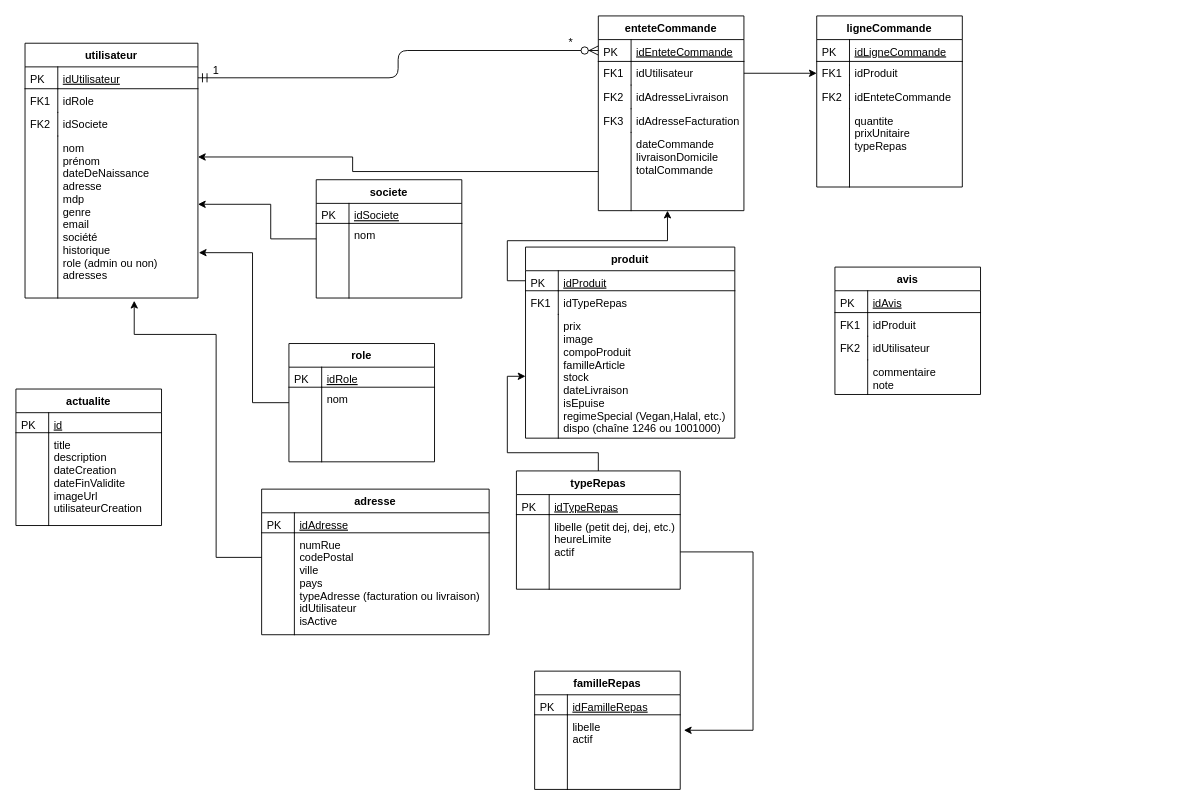
Above: ProjetSpringBoot.drawio in SteeveMRTL/AJC-ProjetFoodTruck (draw.io), before the change. Source tidied: cells renumbered, new cells numbered last; positions are measured from the earlier drawing's top-left corner, leaving out a move shared by most shapes. Both pictures are drawn from the tidied source at 91%, with x=0, y=0 at pixel (15, 15).
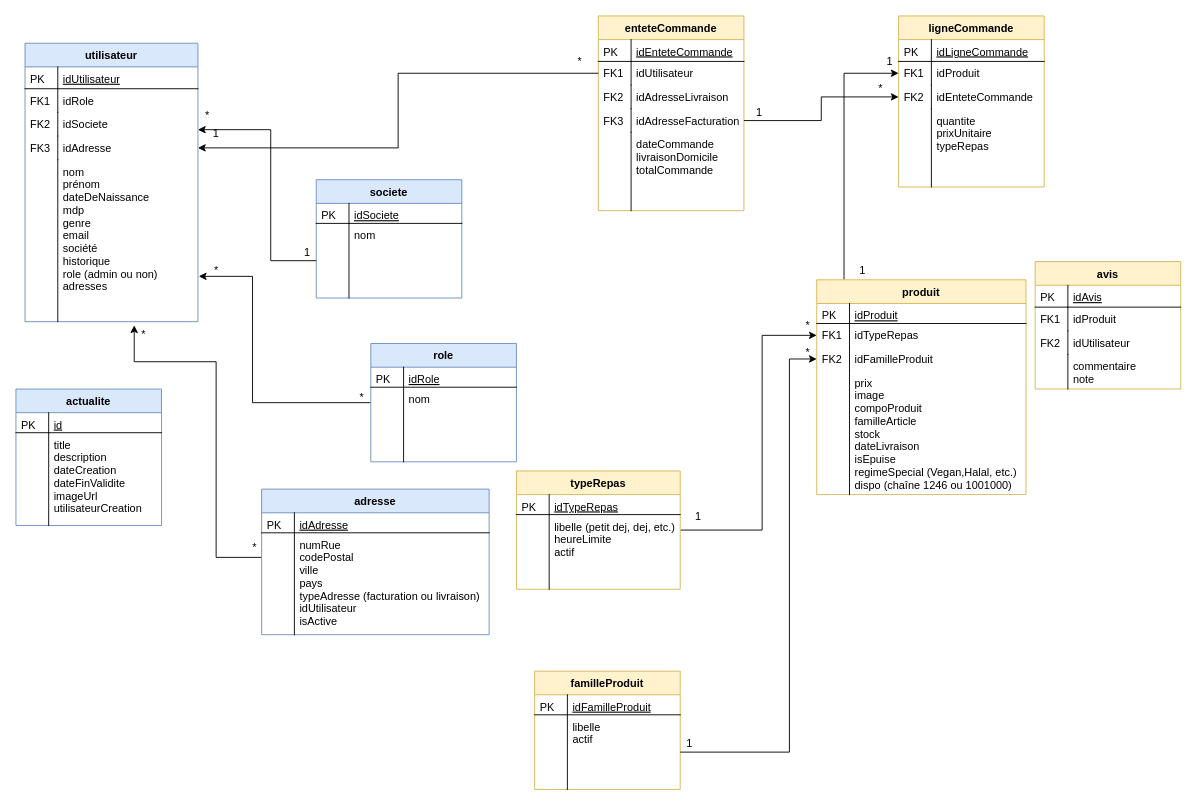
After the change.

The change refers to these unchanged cells:
```xml
<mxCell id="3" value="idUtilisateur" style="shape=partialRectangle;top=0;left=0;right=0;bottom=1;align=left;verticalAlign=top;fillColor=none;spacingLeft=40;spacingRight=4;overflow=hidden;points=[[0,0.5],[1,0.5]];portConstraint=eastwest;rounded=0;shadow=0;strokeWidth=1;fontStyle=4;" parent="2" vertex="1">
  <mxGeometry y="26" width="190" height="24" as="geometry" />
</mxCell>
<mxCell id="12" value="idEnteteCommande" style="shape=partialRectangle;top=0;left=0;right=0;bottom=1;align=left;verticalAlign=top;fillColor=none;spacingLeft=40;spacingRight=4;overflow=hidden;points=[[0,0.5],[1,0.5]];portConstraint=eastwest;rounded=0;shadow=0;strokeWidth=1;fontStyle=4;" parent="11" vertex="1">
  <mxGeometry y="26" width="160" height="24" as="geometry" />
</mxCell>
<mxCell id="14" value="idUtilisateur" style="shape=partialRectangle;top=0;left=0;right=0;bottom=0;align=left;verticalAlign=top;fillColor=none;spacingLeft=40;spacingRight=4;overflow=hidden;points=[[0,0.5],[1,0.5]];portConstraint=eastwest;rounded=0;shadow=0;strokeWidth=1;" parent="11" vertex="1">
  <mxGeometry y="50" width="160" height="26" as="geometry" />
</mxCell>
<mxCell id="18" value="idAdresseFacturation" style="shape=partialRectangle;top=0;left=0;right=0;bottom=0;align=left;verticalAlign=top;fillColor=none;spacingLeft=40;spacingRight=4;overflow=hidden;points=[[0,0.5],[1,0.5]];portConstraint=eastwest;rounded=0;shadow=0;strokeWidth=1;" parent="11" vertex="1">
  <mxGeometry y="102" width="160" height="26" as="geometry" />
</mxCell>
<mxCell id="20" value="dateCommande&#10;livraisonDomicile&#10;totalCommande" style="shape=partialRectangle;top=0;left=0;right=0;bottom=0;align=left;verticalAlign=top;fillColor=none;spacingLeft=40;spacingRight=4;overflow=hidden;points=[[0,0.5],[1,0.5]];portConstraint=eastwest;rounded=0;shadow=0;strokeWidth=1;" parent="11" vertex="1">
  <mxGeometry y="128" width="160" height="86" as="geometry" />
</mxCell>
<mxCell id="24" value="idProduit" style="shape=partialRectangle;top=0;left=0;right=0;bottom=1;align=left;verticalAlign=top;fillColor=none;spacingLeft=40;spacingRight=4;overflow=hidden;points=[[0,0.5],[1,0.5]];portConstraint=eastwest;rounded=0;shadow=0;strokeWidth=1;fontStyle=4;" parent="23" vertex="1">
  <mxGeometry y="26" width="230" height="22" as="geometry" />
</mxCell>
<mxCell id="26" value="idTypeRepas" style="shape=partialRectangle;top=0;left=0;right=0;bottom=0;align=left;verticalAlign=top;fillColor=none;spacingLeft=40;spacingRight=4;overflow=hidden;points=[[0,0.5],[1,0.5]];portConstraint=eastwest;rounded=0;shadow=0;strokeWidth=1;" parent="23" vertex="1">
  <mxGeometry y="48" width="230" height="26" as="geometry" />
</mxCell>
<mxCell id="36" value="libelle (petit dej, dej, etc.)&#10;heureLimite&#10;actif" style="shape=partialRectangle;top=0;left=0;right=0;bottom=0;align=left;verticalAlign=top;fillColor=none;spacingLeft=40;spacingRight=4;overflow=hidden;points=[[0,0.5],[1,0.5]];portConstraint=eastwest;rounded=0;shadow=0;strokeWidth=1;" parent="33" vertex="1">
  <mxGeometry y="48" width="180" height="82" as="geometry" />
</mxCell>
<mxCell id="55" value="nom" style="shape=partialRectangle;top=0;left=0;right=0;bottom=0;align=left;verticalAlign=top;fillColor=none;spacingLeft=40;spacingRight=4;overflow=hidden;points=[[0,0.5],[1,0.5]];portConstraint=eastwest;rounded=0;shadow=0;strokeWidth=1;" parent="52" vertex="1">
  <mxGeometry y="48" width="160" height="82" as="geometry" />
</mxCell>
<mxCell id="66" value="libelle&#10;actif" style="shape=partialRectangle;top=0;left=0;right=0;bottom=0;align=left;verticalAlign=top;fillColor=none;spacingLeft=40;spacingRight=4;overflow=hidden;points=[[0,0.5],[1,0.5]];portConstraint=eastwest;rounded=0;shadow=0;strokeWidth=1;" parent="63" vertex="1">
  <mxGeometry y="48" width="160" height="82" as="geometry" />
</mxCell>
<mxCell id="72" value="idProduit" style="shape=partialRectangle;top=0;left=0;right=0;bottom=0;align=left;verticalAlign=top;fillColor=none;spacingLeft=40;spacingRight=4;overflow=hidden;points=[[0,0.5],[1,0.5]];portConstraint=eastwest;rounded=0;shadow=0;strokeWidth=1;" parent="69" vertex="1">
  <mxGeometry y="50" width="160" height="26" as="geometry" />
</mxCell>
<mxCell id="74" value="idEnteteCommande" style="shape=partialRectangle;top=0;left=0;right=0;bottom=0;align=left;verticalAlign=top;fillColor=none;spacingLeft=40;spacingRight=4;overflow=hidden;points=[[0,0.5],[1,0.5]];portConstraint=eastwest;rounded=0;shadow=0;strokeWidth=1;" parent="69" vertex="1">
  <mxGeometry y="76" width="160" height="26" as="geometry" />
</mxCell>
```

Change to the diagram source:
```diff
@@
-    <mxCell id="2" value="utilisateur" style="swimlane;fontStyle=1;horizontal=1;startSize=26;rounded=0;shadow=0;strokeWidth=1;" parent="1" vertex="1">
-      <mxGeometry x="10" y="30" width="190" height="280" as="geometry" />
+    <mxCell id="2" value="utilisateur" style="swimlane;fontStyle=1;horizontal=1;startSize=26;rounded=0;shadow=0;strokeWidth=1;fillColor=#dae8fc;strokeColor=#6c8ebf;" parent="1" vertex="1">
+      <mxGeometry x="10" y="30" width="190" height="306" as="geometry" />
     </mxCell>
@@
+    <mxCell id="88" value="idAdresse" style="shape=partialRectangle;top=0;left=0;right=0;bottom=0;align=left;verticalAlign=top;fillColor=none;spacingLeft=40;spacingRight=4;overflow=hidden;points=[[0,0.5],[1,0.5]];portConstraint=eastwest;rounded=0;shadow=0;strokeWidth=1;" parent="2" vertex="1">
+      <mxGeometry y="102" width="190" height="26" as="geometry" />
+    </mxCell>
+    <mxCell id="89" value="FK3" style="shape=partialRectangle;top=0;left=0;bottom=0;fillColor=none;align=left;verticalAlign=top;spacingLeft=4;spacingRight=4;overflow=hidden;" parent="88" vertex="1">
+      <mxGeometry width="36" height="26" as="geometry" />
+    </mxCell>
-    <mxCell id="9" value="nom&#10;prénom&#10;dateDeNaissance&#10;adresse&#10;mdp&#10;genre&#10;email&#10;société&#10;historique&#10;role (admin ou non)&#10;adresses" style="shape=partialRectangle;top=0;left=0;right=0;bottom=0;align=left;verticalAlign=top;fillColor=none;spacingLeft=40;spacingRight=4;overflow=hidden;points=[[0,0.5],[1,0.5]];portConstraint=eastwest;rounded=0;shadow=0;strokeWidth=1;" parent="2" vertex="1">
-      <mxGeometry y="102" width="190" height="178" as="geometry" />
+    <mxCell id="9" value="nom&#10;prénom&#10;dateDeNaissance&#10;mdp&#10;genre&#10;email&#10;société&#10;historique&#10;role (admin ou non)&#10;adresses" style="shape=partialRectangle;top=0;left=0;right=0;bottom=0;align=left;verticalAlign=top;fillColor=none;spacingLeft=40;spacingRight=4;overflow=hidden;points=[[0,0.5],[1,0.5]];portConstraint=eastwest;rounded=0;shadow=0;strokeWidth=1;" parent="2" vertex="1">
+      <mxGeometry y="128" width="190" height="178" as="geometry" />
     </mxCell>
@@
-    <mxCell id="11" value="enteteCommande" style="swimlane;fontStyle=1;horizontal=1;startSize=26;rounded=0;shadow=0;strokeWidth=1;" parent="1" vertex="1">
+    <mxCell id="11" value="enteteCommande" style="swimlane;fontStyle=1;horizontal=1;startSize=26;rounded=0;shadow=0;strokeWidth=1;fillColor=#fff2cc;strokeColor=#d6b656;" parent="1" vertex="1">
       <mxGeometry x="640" width="160" height="214" as="geometry" />
     </mxCell>
@@
-    <mxCell id="22" style="edgeStyle=orthogonalEdgeStyle;endArrow=ERzeroToMany;startArrow=ERmandOne;shadow=0;strokeWidth=1;endSize=8;startSize=8;" parent="1" edge="1" source="3" target="12">
-      <mxGeometry relative="1" as="geometry" />
-    </mxCell>
+    <mxCell id="90" style="edgeStyle=orthogonalEdgeStyle;rounded=0;jettySize=auto;html=1;entryX=0;entryY=0.5;entryDx=0;entryDy=0;" parent="1" edge="1" source="23" target="72">
+      <mxGeometry relative="1" as="geometry">
+        <Array as="points">
+          <mxPoint x="910" y="63" />
+        </Array>
+      </mxGeometry>
+    </mxCell>
-    <mxCell id="23" value="produit" style="swimlane;fontStyle=1;horizontal=1;startSize=26;rounded=0;shadow=0;strokeWidth=1;" parent="1" vertex="1">
-      <mxGeometry x="560" y="254" width="230" height="210" as="geometry" />
+    <mxCell id="23" value="produit" style="swimlane;fontStyle=1;horizontal=1;startSize=26;rounded=0;shadow=0;strokeWidth=1;fillColor=#fff2cc;strokeColor=#d6b656;" parent="1" vertex="1">
+      <mxGeometry x="880" y="290" width="230" height="236" as="geometry" />
     </mxCell>
@@
+    <mxCell id="91" value="idFamilleProduit" style="shape=partialRectangle;top=0;left=0;right=0;bottom=0;align=left;verticalAlign=top;fillColor=none;spacingLeft=40;spacingRight=4;overflow=hidden;points=[[0,0.5],[1,0.5]];portConstraint=eastwest;rounded=0;shadow=0;strokeWidth=1;" parent="23" vertex="1">
+      <mxGeometry y="74" width="230" height="26" as="geometry" />
+    </mxCell>
+    <mxCell id="92" value="FK2" style="shape=partialRectangle;top=0;left=0;bottom=0;fillColor=none;align=left;verticalAlign=top;spacingLeft=4;spacingRight=4;overflow=hidden;" parent="91" vertex="1">
+      <mxGeometry width="36" height="26" as="geometry" />
+    </mxCell>
     <mxCell id="28" value="prix&#10;image&#10;compoProduit&#10;familleArticle&#10;stock&#10;dateLivraison&#10;isEpuise&#10;regimeSpecial (Vegan,Halal, etc.)&#10;dispo (chaîne 1246 ou 1001000)&#10;" style="shape=partialRectangle;top=0;left=0;right=0;bottom=0;align=left;verticalAlign=top;fillColor=none;spacingLeft=40;spacingRight=4;overflow=hidden;points=[[0,0.5],[1,0.5]];portConstraint=eastwest;rounded=0;shadow=0;strokeWidth=1;" parent="23" vertex="1">
-      <mxGeometry y="74" width="230" height="136" as="geometry" />
+      <mxGeometry y="100" width="230" height="136" as="geometry" />
     </mxCell>
@@
-    <mxCell id="30" style="edgeStyle=orthogonalEdgeStyle;rounded=0;jettySize=auto;html=1;exitX=0;exitY=0.5;exitDx=0;exitDy=0;entryX=0.475;entryY=1;entryDx=0;entryDy=0;entryPerimeter=0;" parent="1" edge="1" source="24" target="20">
-      <mxGeometry relative="1" as="geometry" />
-    </mxCell>
-    <mxCell id="31" style="edgeStyle=orthogonalEdgeStyle;rounded=0;jettySize=auto;html=1;exitX=0;exitY=0.5;exitDx=0;exitDy=0;" parent="1" edge="1" source="20" target="9">
-      <mxGeometry relative="1" as="geometry">
-        <Array as="points">
-          <mxPoint x="370" y="155" />
-        </Array>
-      </mxGeometry>
-    </mxCell>
-    <mxCell id="32" style="edgeStyle=orthogonalEdgeStyle;rounded=0;jettySize=auto;html=1;" parent="1" edge="1" source="33" target="28">
-      <mxGeometry relative="1" as="geometry" />
+    <mxCell id="32" style="edgeStyle=orthogonalEdgeStyle;rounded=0;jettySize=auto;html=1;entryX=0;entryY=0.5;entryDx=0;entryDy=0;" parent="1" edge="1" source="33" target="26">
+      <mxGeometry relative="1" as="geometry">
+        <Array as="points">
+          <mxPoint x="820" y="565" />
+          <mxPoint x="820" y="351" />
+        </Array>
+      </mxGeometry>
     </mxCell>
-    <mxCell id="33" value="typeRepas" style="swimlane;fontStyle=1;horizontal=1;startSize=26;rounded=0;shadow=0;strokeWidth=1;" parent="1" vertex="1">
+    <mxCell id="33" value="typeRepas" style="swimlane;fontStyle=1;horizontal=1;startSize=26;rounded=0;shadow=0;strokeWidth=1;fillColor=#fff2cc;strokeColor=#d6b656;" parent="1" vertex="1">
       <mxGeometry x="550" y="500" width="180" height="130" as="geometry" />
     </mxCell>
@@
     <mxCell id="38" value="1" style="text;html=1;strokeColor=none;fillColor=none;align=center;verticalAlign=middle;whiteSpace=wrap;rounded=0;" parent="1" vertex="1">
-      <mxGeometry x="200" y="50" width="40" height="20" as="geometry" />
+      <mxGeometry x="200" y="120" width="40" height="20" as="geometry" />
     </mxCell>
     <mxCell id="39" value="*" style="text;html=1;strokeColor=none;fillColor=none;align=center;verticalAlign=middle;whiteSpace=wrap;rounded=0;" parent="1" vertex="1">
-      <mxGeometry x="590" y="20" width="40" height="20" as="geometry" />
+      <mxGeometry x="600" y="40" width="40" height="20" as="geometry" />
     </mxCell>
-    <mxCell id="40" value="actualite" style="swimlane;fontStyle=1;horizontal=1;startSize=26;rounded=0;shadow=0;strokeWidth=1;" parent="1" vertex="1">
+    <mxCell id="40" value="actualite" style="swimlane;fontStyle=1;horizontal=1;startSize=26;rounded=0;shadow=0;strokeWidth=1;fillColor=#dae8fc;strokeColor=#6c8ebf;" parent="1" vertex="1">
       <mxGeometry y="410" width="160" height="150" as="geometry" />
     </mxCell>
@@
     <mxCell id="45" style="edgeStyle=orthogonalEdgeStyle;rounded=0;jettySize=auto;html=1;entryX=1.005;entryY=0.72;entryDx=0;entryDy=0;entryPerimeter=0;" parent="1" edge="1" source="46" target="9">
       <mxGeometry relative="1" as="geometry">
         <Array as="points">
           <mxPoint x="260" y="425" />
-          <mxPoint x="260" y="260" />
+          <mxPoint x="260" y="286" />
         </Array>
       </mxGeometry>
     </mxCell>
-    <mxCell id="46" value="role" style="swimlane;fontStyle=1;horizontal=1;startSize=26;rounded=0;shadow=0;strokeWidth=1;" parent="1" vertex="1">
-      <mxGeometry x="300" y="360" width="160" height="130" as="geometry" />
+    <mxCell id="46" value="role" style="swimlane;fontStyle=1;horizontal=1;startSize=26;rounded=0;shadow=0;strokeWidth=1;fillColor=#dae8fc;strokeColor=#6c8ebf;" parent="1" vertex="1">
+      <mxGeometry x="390" y="360" width="160" height="130" as="geometry" />
     </mxCell>
@@
-    <mxCell id="51" style="edgeStyle=orthogonalEdgeStyle;rounded=0;jettySize=auto;html=1;" parent="1" edge="1" source="52" target="9">
-      <mxGeometry relative="1" as="geometry">
-        <Array as="points">
-          <mxPoint x="280" y="245" />
-          <mxPoint x="280" y="207" />
-        </Array>
-      </mxGeometry>
-    </mxCell>
-    <mxCell id="52" value="societe" style="swimlane;fontStyle=1;horizontal=1;startSize=26;rounded=0;shadow=0;strokeWidth=1;" parent="1" vertex="1">
+    <mxCell id="52" value="societe" style="swimlane;fontStyle=1;horizontal=1;startSize=26;rounded=0;shadow=0;strokeWidth=1;fillColor=#dae8fc;strokeColor=#6c8ebf;" parent="1" vertex="1">
       <mxGeometry x="330" y="180" width="160" height="130" as="geometry" />
     </mxCell>
@@
     <mxCell id="57" style="edgeStyle=orthogonalEdgeStyle;rounded=0;jettySize=auto;html=1;" parent="1" edge="1" source="58">
       <mxGeometry relative="1" as="geometry">
-        <mxPoint x="130" y="313" as="targetPoint" />
+        <mxPoint x="130" y="340" as="targetPoint" />
         <Array as="points">
           <mxPoint x="220" y="595" />
-          <mxPoint x="220" y="350" />
-          <mxPoint x="130" y="350" />
+          <mxPoint x="220" y="380" />
+          <mxPoint x="130" y="380" />
         </Array>
       </mxGeometry>
     </mxCell>
-    <mxCell id="58" value="adresse" style="swimlane;fontStyle=1;horizontal=1;startSize=26;rounded=0;shadow=0;strokeWidth=1;" parent="1" vertex="1">
+    <mxCell id="58" value="adresse" style="swimlane;fontStyle=1;horizontal=1;startSize=26;rounded=0;shadow=0;strokeWidth=1;fillColor=#dae8fc;strokeColor=#6c8ebf;" parent="1" vertex="1">
       <mxGeometry x="270" y="520" width="250" height="160" as="geometry" />
     </mxCell>
@@
-    <mxCell id="63" value="familleRepas" style="swimlane;fontStyle=1;horizontal=1;startSize=26;rounded=0;shadow=0;strokeWidth=1;" parent="1" vertex="1">
+    <mxCell id="63" value="familleProduit" style="swimlane;fontStyle=1;horizontal=1;startSize=26;rounded=0;shadow=0;strokeWidth=1;fillColor=#fff2cc;strokeColor=#d6b656;" parent="1" vertex="1">
       <mxGeometry x="570" y="720" width="160" height="130" as="geometry" />
     </mxCell>
-    <mxCell id="64" value="idFamilleRepas" style="shape=partialRectangle;top=0;left=0;right=0;bottom=1;align=left;verticalAlign=top;fillColor=none;spacingLeft=40;spacingRight=4;overflow=hidden;rounded=0;shadow=0;strokeWidth=1;fontStyle=4;" parent="63" vertex="1">
+    <mxCell id="64" value="idFamilleProduit" style="shape=partialRectangle;top=0;left=0;right=0;bottom=1;align=left;verticalAlign=top;fillColor=none;spacingLeft=40;spacingRight=4;overflow=hidden;rounded=0;shadow=0;strokeWidth=1;fontStyle=4;" parent="63" vertex="1">
       <mxGeometry y="26" width="160" height="22" as="geometry" />
     </mxCell>
@@
-    <mxCell id="68" style="edgeStyle=orthogonalEdgeStyle;rounded=0;jettySize=auto;html=1;entryX=1.025;entryY=0.207;entryDx=0;entryDy=0;entryPerimeter=0;" parent="1" edge="1" source="36" target="66">
-      <mxGeometry relative="1" as="geometry">
-        <Array as="points">
-          <mxPoint x="810" y="589" />
-          <mxPoint x="810" y="785" />
-        </Array>
-      </mxGeometry>
-    </mxCell>
-    <mxCell id="69" value="ligneCommande" style="swimlane;fontStyle=1;horizontal=1;startSize=26;rounded=0;shadow=0;strokeWidth=1;" parent="1" vertex="1">
-      <mxGeometry x="880" width="160" height="188" as="geometry" />
+    <mxCell id="69" value="ligneCommande" style="swimlane;fontStyle=1;horizontal=1;startSize=26;rounded=0;shadow=0;strokeWidth=1;fillColor=#fff2cc;strokeColor=#d6b656;" parent="1" vertex="1">
+      <mxGeometry x="970" width="160" height="188" as="geometry" />
     </mxCell>
@@
-    <mxCell id="78" style="edgeStyle=orthogonalEdgeStyle;rounded=0;jettySize=auto;html=1;entryX=0;entryY=0.5;entryDx=0;entryDy=0;" parent="1" edge="1" source="14" target="72">
-      <mxGeometry relative="1" as="geometry" />
-    </mxCell>
-    <mxCell id="79" value="avis" style="swimlane;fontStyle=1;horizontal=1;startSize=26;rounded=0;shadow=0;strokeWidth=1;" parent="1" vertex="1">
-      <mxGeometry x="900" y="276" width="160" height="140" as="geometry" />
+    <mxCell id="79" value="avis" style="swimlane;fontStyle=1;horizontal=1;startSize=26;rounded=0;shadow=0;strokeWidth=1;fillColor=#fff2cc;strokeColor=#d6b656;" parent="1" vertex="1">
+      <mxGeometry x="1120" y="270" width="160" height="140" as="geometry" />
     </mxCell>
@@
+    <mxCell id="93" value="1" style="text;html=1;strokeColor=none;fillColor=none;align=center;verticalAlign=middle;whiteSpace=wrap;rounded=0;" parent="1" vertex="1">
+      <mxGeometry x="797" y="97" width="40" height="20" as="geometry" />
+    </mxCell>
+    <mxCell id="94" value="*" style="text;html=1;align=center;verticalAlign=middle;" parent="1" vertex="1">
+      <mxGeometry x="940" y="70" width="20" height="20" as="geometry" />
+    </mxCell>
+    <mxCell id="95" style="edgeStyle=orthogonalEdgeStyle;rounded=0;jettySize=auto;html=1;entryX=0;entryY=0.5;entryDx=0;entryDy=0;" parent="1" edge="1" source="18" target="74">
+      <mxGeometry relative="1" as="geometry" />
+    </mxCell>
+    <mxCell id="96" value="1" style="text;html=1;align=center;verticalAlign=middle;" parent="1" vertex="1">
+      <mxGeometry x="920" y="270" width="20" height="20" as="geometry" />
+    </mxCell>
+    <mxCell id="97" value="1" style="text;html=1;align=center;verticalAlign=middle;" parent="1" vertex="1">
+      <mxGeometry x="950" y="40" width="20" height="20" as="geometry" />
+    </mxCell>
+    <mxCell id="98" value="1" style="text;html=1;strokeColor=none;fillColor=none;align=center;verticalAlign=middle;whiteSpace=wrap;rounded=0;" parent="1" vertex="1">
+      <mxGeometry x="730" y="540" width="40" height="20" as="geometry" />
+    </mxCell>
+    <mxCell id="99" value="*" style="text;html=1;align=center;verticalAlign=middle;" parent="1" vertex="1">
+      <mxGeometry x="860" y="330" width="20" height="20" as="geometry" />
+    </mxCell>
+    <mxCell id="100" value="*" style="text;html=1;align=center;verticalAlign=middle;" parent="1" vertex="1">
+      <mxGeometry x="860" y="360" width="20" height="20" as="geometry" />
+    </mxCell>
+    <mxCell id="101" value="1" style="text;html=1;align=center;verticalAlign=middle;" parent="1" vertex="1">
+      <mxGeometry x="730" y="790" width="20" height="20" as="geometry" />
+    </mxCell>
+    <mxCell id="102" style="edgeStyle=orthogonalEdgeStyle;rounded=0;jettySize=auto;html=1;" parent="1" edge="1" source="66" target="91">
+      <mxGeometry relative="1" as="geometry">
+        <Array as="points">
+          <mxPoint x="850" y="809" />
+          <mxPoint x="850" y="377" />
+        </Array>
+      </mxGeometry>
+    </mxCell>
+    <mxCell id="103" value="*" style="text;html=1;align=center;verticalAlign=middle;" parent="1" vertex="1">
+      <mxGeometry x="130" y="340" width="20" height="20" as="geometry" />
+    </mxCell>
+    <mxCell id="104" value="*" style="text;html=1;align=center;verticalAlign=middle;" parent="1" vertex="1">
+      <mxGeometry x="210" y="270" width="20" height="20" as="geometry" />
+    </mxCell>
+    <mxCell id="105" value="*" style="text;html=1;align=center;verticalAlign=middle;" parent="1" vertex="1">
+      <mxGeometry x="252" y="575" width="20" height="20" as="geometry" />
+    </mxCell>
+    <mxCell id="106" value="*" style="text;html=1;align=center;verticalAlign=middle;" parent="1" vertex="1">
+      <mxGeometry x="370" y="410" width="20" height="20" as="geometry" />
+    </mxCell>
+    <mxCell id="107" style="edgeStyle=orthogonalEdgeStyle;rounded=0;jettySize=auto;html=1;entryX=1;entryY=0.5;entryDx=0;entryDy=0;" parent="1" edge="1" source="14" target="88">
+      <mxGeometry relative="1" as="geometry" />
+    </mxCell>
+    <mxCell id="108" value="*" style="text;html=1;align=center;verticalAlign=middle;" parent="1" vertex="1">
+      <mxGeometry x="200" y="100" width="20" height="20" as="geometry" />
+    </mxCell>
+    <mxCell id="109" value="1" style="text;html=1;align=center;verticalAlign=middle;" parent="1" vertex="1">
+      <mxGeometry x="310" y="250" width="20" height="20" as="geometry" />
+    </mxCell>
+    <mxCell id="110" style="edgeStyle=orthogonalEdgeStyle;rounded=0;jettySize=auto;html=1;entryX=0;entryY=0.25;entryDx=0;entryDy=0;" parent="1" edge="1" source="55" target="38">
+      <mxGeometry relative="1" as="geometry">
+        <Array as="points">
+          <mxPoint x="280" y="269" />
+          <mxPoint x="280" y="125" />
+        </Array>
+      </mxGeometry>
+    </mxCell>
```
